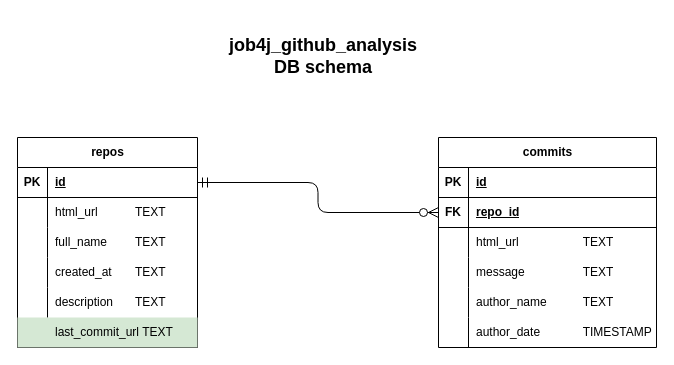
This is src/main/resources/db/github_analysis diagram.drawio from MikhailChrn/job4j_github_analysis, a draw.io file, before an edit. Source tidied: cells renumbered, new cells numbered last; positions are measured from the earlier drawing's top-left corner, leaving out a move shared by most shapes. Both pictures are drawn from the tidied source at 100%, with x=0, y=0 at pixel (17, 17).
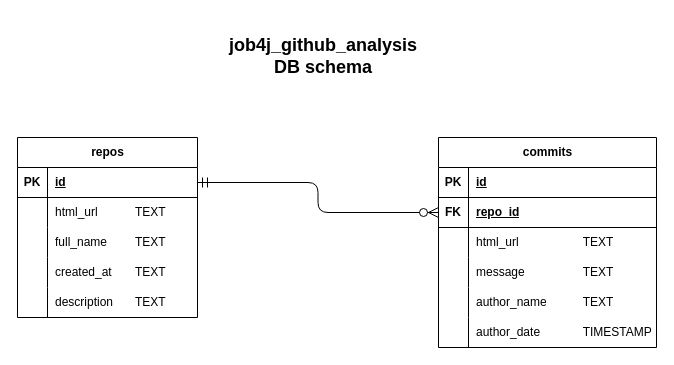
Above is the later version.

Change to the diagram source:
```diff
@@
     <mxCell id="3" value="repos" style="shape=table;startSize=30;childLayout=tableLayout;rowLines=0;fontStyle=1;align=center;html=1;" parent="1" vertex="1">
-      <mxGeometry y="120" width="180" height="210" as="geometry" />
+      <mxGeometry y="120" width="180" height="180" as="geometry" />
     </mxCell>
@@
-    <mxCell id="19" style="shape=tableRow;horizontal=0;startSize=0;swimlaneHead=0;swimlaneBody=0;fillColor=#d5e8d4;top=0;left=0;right=0;bottom=0;strokeColor=#82b366;" parent="3" vertex="1">
-      <mxGeometry y="180" width="180" height="30" as="geometry" />
-    </mxCell>
-    <mxCell id="20" style="shape=partialRectangle;fillColor=none;top=0;left=0;bottom=0;right=0;overflow=hidden;whiteSpace=wrap;html=1;" parent="19" vertex="1">
-      <mxGeometry width="30" height="30" as="geometry" />
-    </mxCell>
-    <mxCell id="21" value="last_commit_url TEXT" style="shape=partialRectangle;fillColor=none;top=0;left=0;bottom=0;right=0;align=left;spacingLeft=6;overflow=hidden;whiteSpace=wrap;html=1;" parent="19" vertex="1">
-      <mxGeometry x="30" width="150" height="30" as="geometry" />
-    </mxCell>
```
